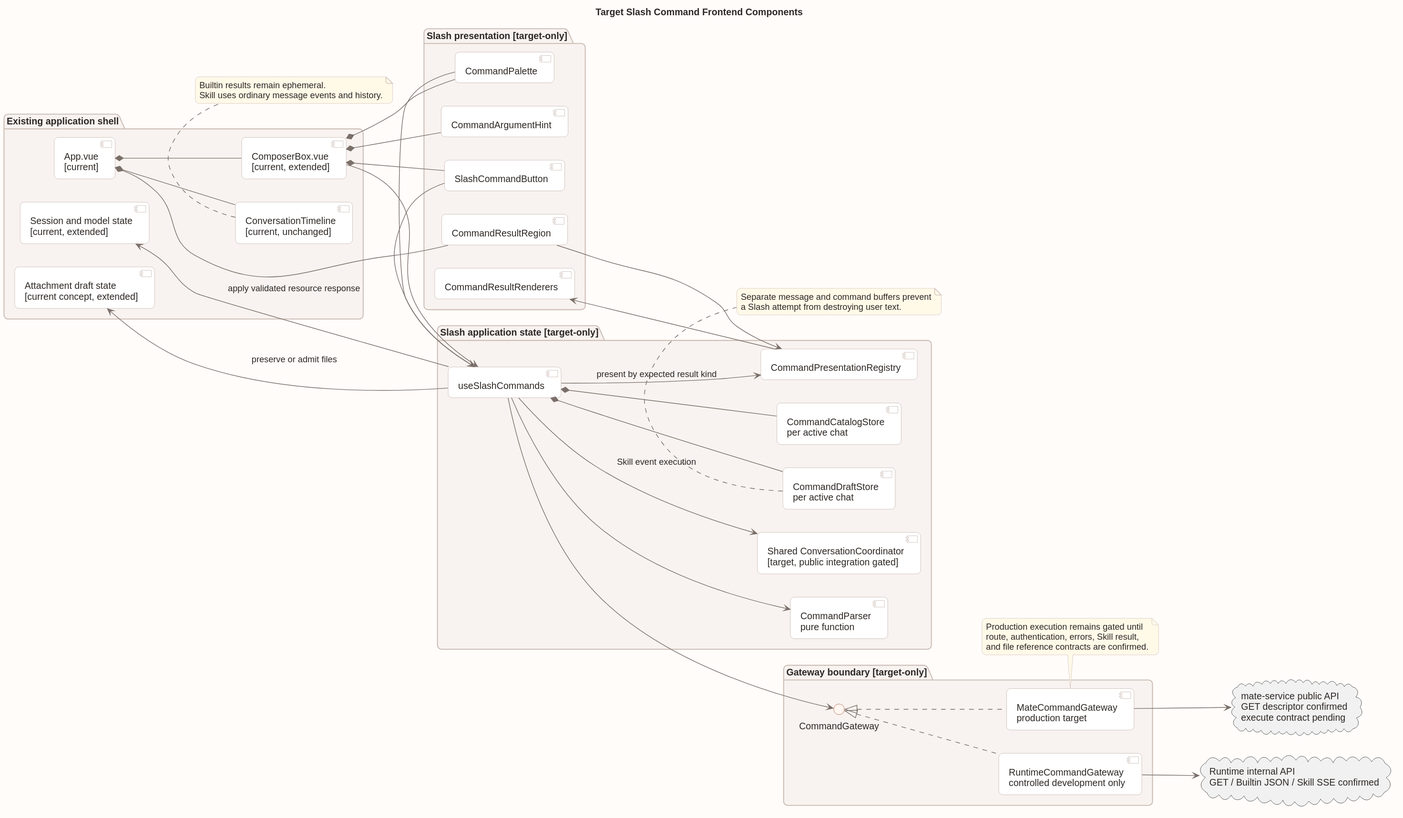
This is 04-命令与技能/00-Slash-Command通用模块/前端设计/target_slash_command_frontend_components.svg from ssm0808/pi-mono-java-design, a PlantUML export, as it was before one commit.
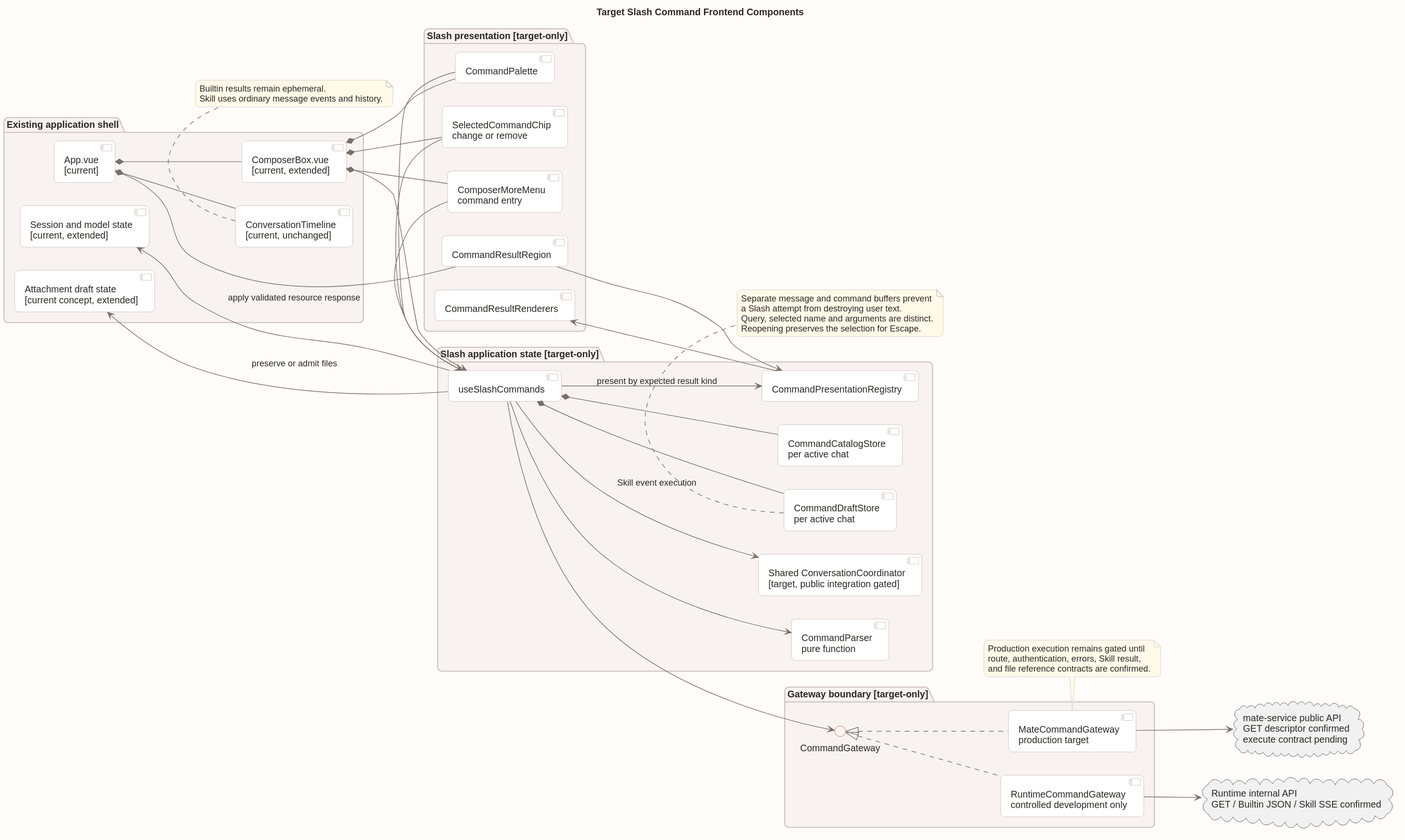
After the commit.

Commit message:
docs(frontend): 改为命令标签与统一输入框交互

What changed in the source:
```diff
@@ -27,9 +27,9 @@
 }
 
 package "Slash presentation [target-only]" as PresentationPkg {
-  component "SlashCommandButton" as SlashButton
+  component "ComposerMoreMenu\ncommand entry" as MoreMenu
   component "CommandPalette" as Palette
-  component "CommandArgumentHint" as ArgumentHint
+  component "SelectedCommandChip\nchange or remove" as CommandChip
   component "CommandResultRegion" as ResultRegion
   component "CommandResultRenderers" as Renderers
 }
@@ -55,11 +55,12 @@
 App *-- Composer
 App *-- Timeline
 App *-- ResultRegion
-Composer *-- SlashButton
+Composer *-- MoreMenu
 Composer *-- Palette
-Composer *-- ArgumentHint
+Composer *-- CommandChip
 Composer --> UseSlash
-SlashButton --> UseSlash
+MoreMenu --> UseSlash
+CommandChip --> UseSlash
 Palette --> UseSlash
 ResultRegion --> Registry
 UseSlash *-- DraftStore
@@ -90,5 +91,7 @@
 note bottom of DraftStore
   Separate message and command buffers prevent
   a Slash attempt from destroying user text.
+  Query, selected name and arguments are distinct.
+  Reopening preserves the selection for Escape.
 end note
 @enduml
```
